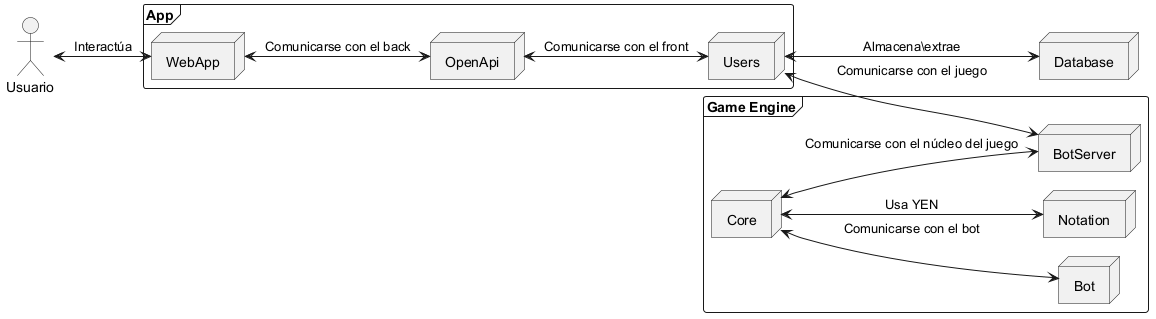
Arquisoft/yovi_es5a keeps this PlantUML diagram as images/Nivel 2.png. Above is the earlier version. Its diagram source:
```plantuml
@startuml
skinparam monochrome true
left to right direction

actor Usuario

frame "App" {
  node "WebApp"
  node "OpenApi"
  node "Users"
}

node "Database"

frame "Game Engine" {
  node "Bot"
  node "BotServer"
  node "Core"
  node "Notation"
}

"Usuario" <--> "WebApp" : Interactúa
"WebApp" <--> "OpenApi" : Comunicarse con el back
"OpenApi" <--> "Users" : Comunicarse con el front

"Users" <--> "Database" : Almacena\extrae
"Users" <--> "BotServer" : Comunicarse con el juego
"Core" <--> "Notation" : Usa YEN
"Core" <--> "Bot" : Comunicarse con el bot
"Core" <--> "BotServer" : Comunicarse con el núcleo del juego

@enduml
```
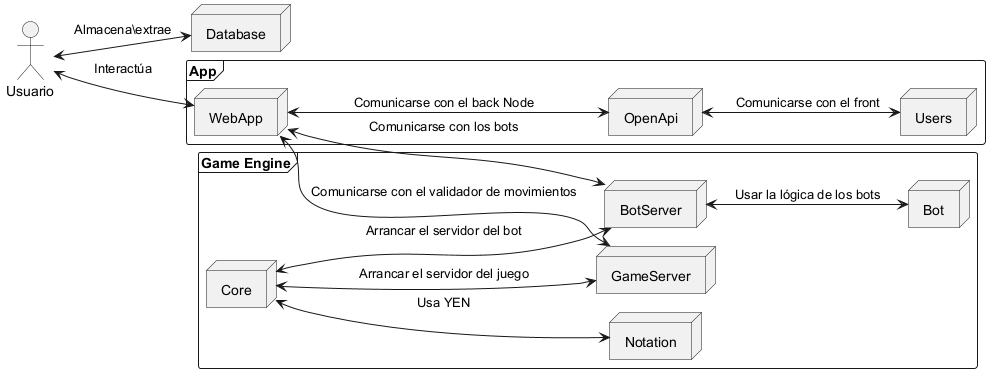
After the commit.

Diff of the diagram source:
```diff
@@ -17,16 +17,19 @@
   node "BotServer"
   node "Core"
   node "Notation"
+  node "GameServer"
 }
 
 "Usuario" <--> "WebApp" : Interactúa
-"WebApp" <--> "OpenApi" : Comunicarse con el back
+"WebApp" <--> "OpenApi" : Comunicarse con el back Node
 "OpenApi" <--> "Users" : Comunicarse con el front
 
-"Users" <--> "Database" : Almacena\extrae
-"Users" <--> "BotServer" : Comunicarse con el juego
+"Usuario" <--> "Database" : Almacena\extrae
+"WebApp" <--> "BotServer" : Comunicarse con los bots
+"WebApp" <--> "GameServer" : Comunicarse con el validador de movimientos
 "Core" <--> "Notation" : Usa YEN
-"Core" <--> "Bot" : Comunicarse con el bot
-"Core" <--> "BotServer" : Comunicarse con el núcleo del juego
+"BotServer" <--> "Bot" : Usar la lógica de los bots
+"Core" <--> "BotServer" : Arrancar el servidor del bot
+"Core" <--> "GameServer" : Arrancar el servidor del juego
 
 @enduml
```
